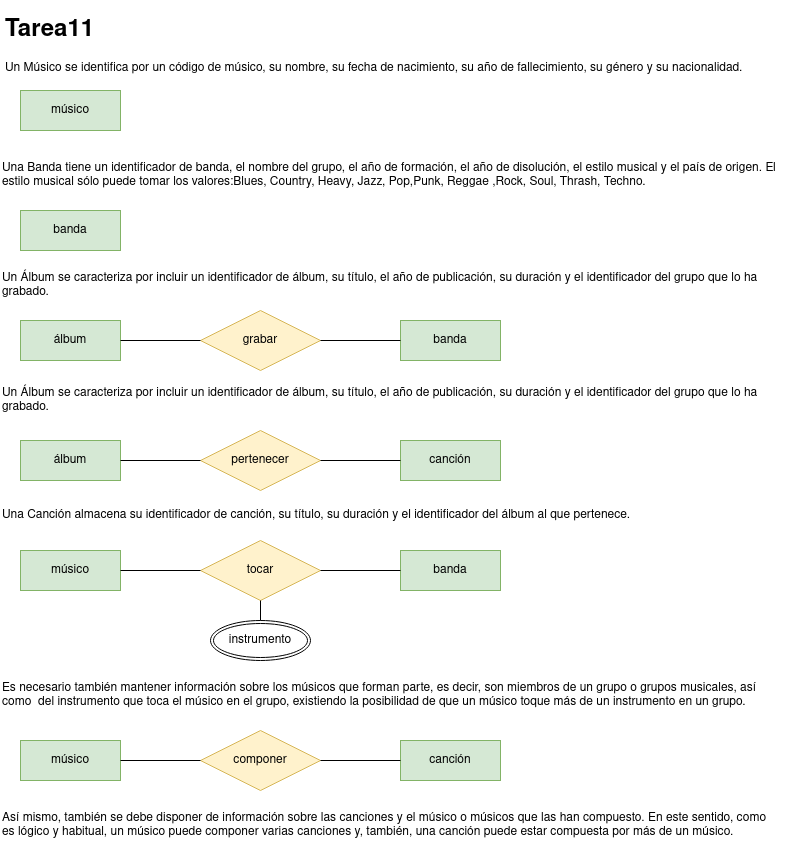
This is tareasER/tarea11.png from javigh193/bae, a draw.io export, as it was before one commit. Source tidied: cells renumbered, new cells last; positions are measured from the earlier drawing's top-left corner, leaving out a move shared by most shapes.
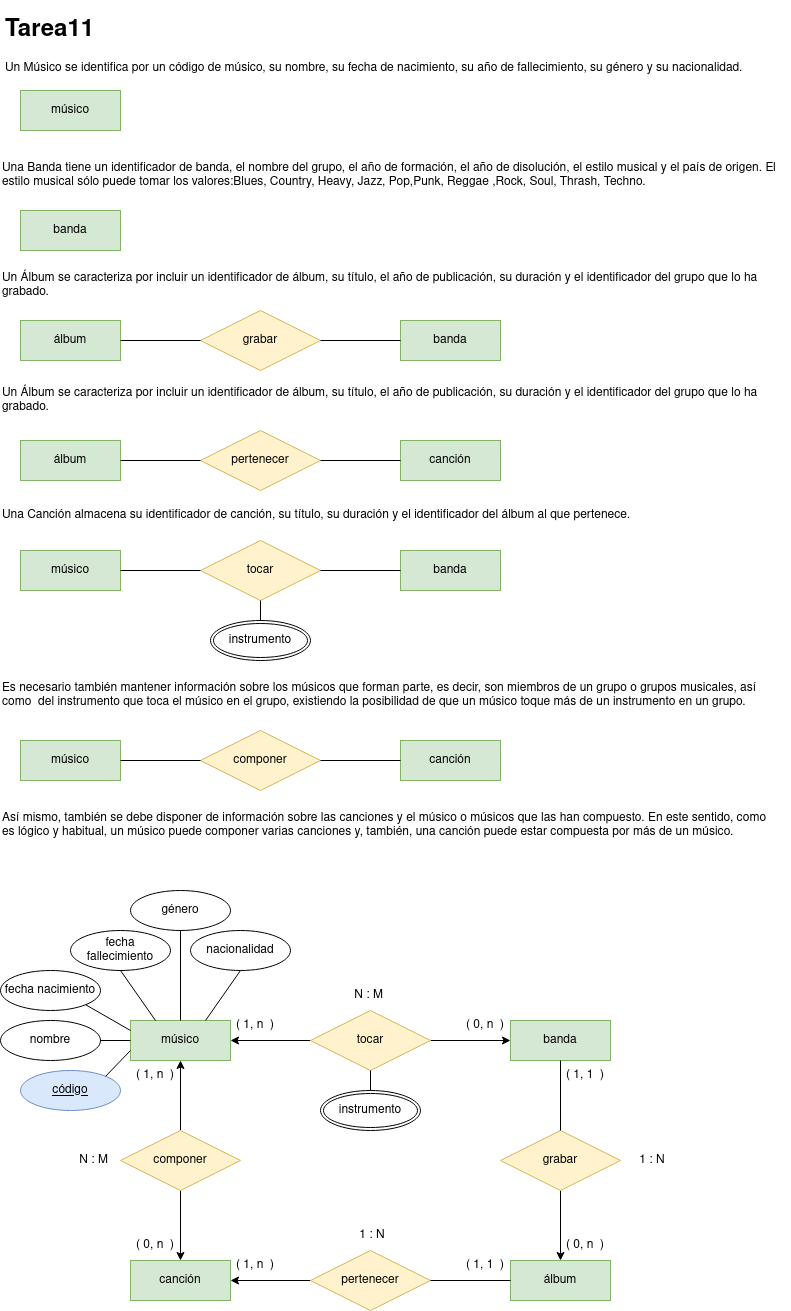
After the change.

Diff of the diagram source:
```diff
@@ -95,5 +95,131 @@
     <mxCell id="32" style="endArrow=none;html=1;rounded=0;exitX=0;exitY=0.5;exitDx=0;exitDy=0;entryX=1;entryY=0.5;entryDx=0;entryDy=0;" parent="1" edge="1" source="29" target="28">
       <mxGeometry relative="1" as="geometry" />
     </mxCell>
+    <mxCell id="33" value="músico" style="whiteSpace=wrap;html=1;align=center;fillColor=#d5e8d4;strokeColor=#82b366;" parent="1" vertex="1">
+      <mxGeometry x="130" y="1010" width="100" height="40" as="geometry" />
+    </mxCell>
+    <mxCell id="34" value="banda" style="whiteSpace=wrap;html=1;align=center;fillColor=#d5e8d4;strokeColor=#82b366;" parent="1" vertex="1">
+      <mxGeometry x="510" y="1010" width="100" height="40" as="geometry" />
+    </mxCell>
+    <mxCell id="35" style="edgeStyle=orthogonalEdgeStyle;rounded=0;jettySize=auto;html=1;entryX=0;entryY=0.5;entryDx=0;entryDy=0;" parent="1" edge="1" source="37" target="34">
+      <mxGeometry relative="1" as="geometry" />
+    </mxCell>
+    <mxCell id="36" style="edgeStyle=orthogonalEdgeStyle;rounded=0;jettySize=auto;html=1;entryX=1;entryY=0.5;entryDx=0;entryDy=0;" parent="1" edge="1" source="37" target="33">
+      <mxGeometry relative="1" as="geometry" />
+    </mxCell>
+    <mxCell id="37" value="tocar" style="shape=rhombus;perimeter=rhombusPerimeter;whiteSpace=wrap;html=1;align=center;fillColor=#fff2cc;strokeColor=#d6b656;" parent="1" vertex="1">
+      <mxGeometry x="310" y="1000" width="120" height="60" as="geometry" />
+    </mxCell>
+    <mxCell id="38" value="instrumento" style="ellipse;shape=doubleEllipse;margin=3;whiteSpace=wrap;html=1;align=center;" parent="1" vertex="1">
+      <mxGeometry x="320" y="1080" width="100" height="40" as="geometry" />
+    </mxCell>
+    <mxCell id="39" style="endArrow=none;html=1;rounded=0;exitX=0.5;exitY=1;exitDx=0;exitDy=0;entryX=0.5;entryY=0;entryDx=0;entryDy=0;" parent="1" edge="1" source="37" target="38">
+      <mxGeometry relative="1" as="geometry" />
+    </mxCell>
+    <mxCell id="40" style="edgeStyle=orthogonalEdgeStyle;rounded=0;jettySize=auto;html=1;entryX=0.5;entryY=1;entryDx=0;entryDy=0;" parent="1" edge="1" source="42" target="33">
+      <mxGeometry relative="1" as="geometry" />
+    </mxCell>
+    <mxCell id="41" style="edgeStyle=orthogonalEdgeStyle;rounded=0;jettySize=auto;html=1;entryX=0.5;entryY=0;entryDx=0;entryDy=0;" parent="1" edge="1" source="42" target="43">
+      <mxGeometry relative="1" as="geometry" />
+    </mxCell>
+    <mxCell id="42" value="componer" style="shape=rhombus;perimeter=rhombusPerimeter;whiteSpace=wrap;html=1;align=center;fillColor=#fff2cc;strokeColor=#d6b656;" parent="1" vertex="1">
+      <mxGeometry x="120" y="1120" width="120" height="60" as="geometry" />
+    </mxCell>
+    <mxCell id="43" value="canción" style="whiteSpace=wrap;html=1;align=center;fillColor=#d5e8d4;strokeColor=#82b366;" parent="1" vertex="1">
+      <mxGeometry x="130" y="1250" width="100" height="40" as="geometry" />
+    </mxCell>
+    <mxCell id="44" style="edgeStyle=orthogonalEdgeStyle;rounded=0;jettySize=auto;html=1;entryX=1;entryY=0.5;entryDx=0;entryDy=0;" parent="1" edge="1" source="45" target="43">
+      <mxGeometry relative="1" as="geometry" />
+    </mxCell>
+    <mxCell id="45" value="pertenecer" style="shape=rhombus;perimeter=rhombusPerimeter;whiteSpace=wrap;html=1;align=center;fillColor=#fff2cc;strokeColor=#d6b656;" parent="1" vertex="1">
+      <mxGeometry x="310" y="1240" width="120" height="60" as="geometry" />
+    </mxCell>
+    <mxCell id="46" value="álbum" style="whiteSpace=wrap;html=1;align=center;fillColor=#d5e8d4;strokeColor=#82b366;" parent="1" vertex="1">
+      <mxGeometry x="510" y="1250" width="100" height="40" as="geometry" />
+    </mxCell>
+    <mxCell id="47" style="edgeStyle=orthogonalEdgeStyle;rounded=0;jettySize=auto;html=1;entryX=0.5;entryY=0;entryDx=0;entryDy=0;" parent="1" edge="1" source="48" target="46">
+      <mxGeometry relative="1" as="geometry" />
+    </mxCell>
+    <mxCell id="48" value="grabar" style="shape=rhombus;perimeter=rhombusPerimeter;whiteSpace=wrap;html=1;align=center;fillColor=#fff2cc;strokeColor=#d6b656;" parent="1" vertex="1">
+      <mxGeometry x="500" y="1120" width="120" height="60" as="geometry" />
+    </mxCell>
+    <mxCell id="49" style="endArrow=none;html=1;rounded=0;exitX=0.5;exitY=1;exitDx=0;exitDy=0;entryX=0.5;entryY=0;entryDx=0;entryDy=0;" parent="1" edge="1" source="34" target="48">
+      <mxGeometry relative="1" as="geometry" />
+    </mxCell>
+    <mxCell id="50" style="endArrow=none;html=1;rounded=0;exitX=1;exitY=0.5;exitDx=0;exitDy=0;entryX=0;entryY=0.5;entryDx=0;entryDy=0;" parent="1" edge="1" source="45" target="46">
+      <mxGeometry relative="1" as="geometry" />
+    </mxCell>
+    <mxCell id="51" value="( 1, n  )" style="text;strokeColor=none;fillColor=none;spacingLeft=4;spacingRight=4;overflow=hidden;fontSize=12;" parent="1" vertex="1">
+      <mxGeometry x="130" y="1050" width="50" height="30" as="geometry" />
+    </mxCell>
+    <mxCell id="52" value="( 1, n  )" style="text;strokeColor=none;fillColor=none;spacingLeft=4;spacingRight=4;overflow=hidden;fontSize=12;" parent="1" vertex="1">
+      <mxGeometry x="230" y="1240" width="50" height="30" as="geometry" />
+    </mxCell>
+    <mxCell id="53" value="( 0, n  )" style="text;strokeColor=none;fillColor=none;spacingLeft=4;spacingRight=4;overflow=hidden;fontSize=12;" parent="1" vertex="1">
+      <mxGeometry x="130" y="1220" width="50" height="30" as="geometry" />
+    </mxCell>
+    <mxCell id="54" value="( 0, n  )" style="text;strokeColor=none;fillColor=none;spacingLeft=4;spacingRight=4;overflow=hidden;fontSize=12;" parent="1" vertex="1">
+      <mxGeometry x="460" y="1000" width="50" height="30" as="geometry" />
+    </mxCell>
+    <mxCell id="55" value="( 1, n  )" style="text;strokeColor=none;fillColor=none;spacingLeft=4;spacingRight=4;overflow=hidden;fontSize=12;" parent="1" vertex="1">
+      <mxGeometry x="230" y="1000" width="50" height="30" as="geometry" />
+    </mxCell>
+    <mxCell id="56" value="( 0, n  )" style="text;strokeColor=none;fillColor=none;spacingLeft=4;spacingRight=4;overflow=hidden;fontSize=12;" parent="1" vertex="1">
+      <mxGeometry x="560" y="1220" width="50" height="30" as="geometry" />
+    </mxCell>
+    <mxCell id="57" value="( 1, 1  )" style="text;strokeColor=none;fillColor=none;spacingLeft=4;spacingRight=4;overflow=hidden;fontSize=12;" parent="1" vertex="1">
+      <mxGeometry x="460" y="1240" width="50" height="30" as="geometry" />
+    </mxCell>
+    <mxCell id="58" value="( 1, 1  )" style="text;strokeColor=none;fillColor=none;spacingLeft=4;spacingRight=4;overflow=hidden;fontSize=12;" parent="1" vertex="1">
+      <mxGeometry x="560" y="1050" width="50" height="30" as="geometry" />
+    </mxCell>
+    <mxCell id="59" value=" 1 : N" style="text;strokeColor=none;fillColor=none;spacingLeft=4;spacingRight=4;overflow=hidden;fontSize=12;" parent="1" vertex="1">
+      <mxGeometry x="350" y="1210" width="50" height="30" as="geometry" />
+    </mxCell>
+    <mxCell id="60" value=" N : M" style="text;strokeColor=none;fillColor=none;spacingLeft=4;spacingRight=4;overflow=hidden;fontSize=12;" parent="1" vertex="1">
+      <mxGeometry x="345" y="970" width="50" height="30" as="geometry" />
+    </mxCell>
+    <mxCell id="61" value=" N : M" style="text;strokeColor=none;fillColor=none;spacingLeft=4;spacingRight=4;overflow=hidden;fontSize=12;" parent="1" vertex="1">
+      <mxGeometry x="70" y="1135" width="50" height="30" as="geometry" />
+    </mxCell>
+    <mxCell id="62" value=" 1 : N" style="text;strokeColor=none;fillColor=none;spacingLeft=4;spacingRight=4;overflow=hidden;fontSize=12;" parent="1" vertex="1">
+      <mxGeometry x="630" y="1135" width="50" height="30" as="geometry" />
+    </mxCell>
+    <mxCell id="63" value="código" style="ellipse;whiteSpace=wrap;html=1;align=center;fontStyle=4;fillColor=#dae8fc;strokeColor=#6c8ebf;" parent="1" vertex="1">
+      <mxGeometry x="20" y="1060" width="100" height="40" as="geometry" />
+    </mxCell>
+    <mxCell id="64" value="nombre" style="ellipse;whiteSpace=wrap;html=1;align=center;" parent="1" vertex="1">
+      <mxGeometry y="1010" width="100" height="40" as="geometry" />
+    </mxCell>
+    <mxCell id="65" value="fecha nacimiento" style="ellipse;whiteSpace=wrap;html=1;align=center;" parent="1" vertex="1">
+      <mxGeometry y="960" width="100" height="40" as="geometry" />
+    </mxCell>
+    <mxCell id="66" value="fecha fallecimiento" style="ellipse;whiteSpace=wrap;html=1;align=center;" parent="1" vertex="1">
+      <mxGeometry x="70" y="920" width="100" height="40" as="geometry" />
+    </mxCell>
+    <mxCell id="67" value="género" style="ellipse;whiteSpace=wrap;html=1;align=center;" parent="1" vertex="1">
+      <mxGeometry x="130" y="880" width="100" height="40" as="geometry" />
+    </mxCell>
+    <mxCell id="68" value="nacionalidad" style="ellipse;whiteSpace=wrap;html=1;align=center;" parent="1" vertex="1">
+      <mxGeometry x="190" y="920" width="100" height="40" as="geometry" />
+    </mxCell>
+    <mxCell id="69" style="endArrow=none;html=1;rounded=0;exitX=0.5;exitY=1;exitDx=0;exitDy=0;entryX=0.75;entryY=0;entryDx=0;entryDy=0;" parent="1" edge="1" source="68" target="33">
+      <mxGeometry relative="1" as="geometry" />
+    </mxCell>
+    <mxCell id="70" style="endArrow=none;html=1;rounded=0;exitX=0.5;exitY=1;exitDx=0;exitDy=0;entryX=0.5;entryY=0;entryDx=0;entryDy=0;" parent="1" edge="1" source="67" target="33">
+      <mxGeometry relative="1" as="geometry" />
+    </mxCell>
+    <mxCell id="71" style="endArrow=none;html=1;rounded=0;exitX=0.5;exitY=1;exitDx=0;exitDy=0;entryX=0.25;entryY=0;entryDx=0;entryDy=0;" parent="1" edge="1" source="66" target="33">
+      <mxGeometry relative="1" as="geometry" />
+    </mxCell>
+    <mxCell id="72" style="endArrow=none;html=1;rounded=0;exitX=1;exitY=1;exitDx=0;exitDy=0;entryX=0;entryY=0.25;entryDx=0;entryDy=0;" parent="1" edge="1" source="65" target="33">
+      <mxGeometry relative="1" as="geometry" />
+    </mxCell>
+    <mxCell id="73" style="endArrow=none;html=1;rounded=0;exitX=1;exitY=0.5;exitDx=0;exitDy=0;entryX=0;entryY=0.5;entryDx=0;entryDy=0;" parent="1" edge="1" source="64" target="33">
+      <mxGeometry relative="1" as="geometry" />
+    </mxCell>
+    <mxCell id="74" style="endArrow=none;html=1;rounded=0;exitX=1;exitY=0;exitDx=0;exitDy=0;entryX=0;entryY=0.75;entryDx=0;entryDy=0;" parent="1" edge="1" source="63" target="33">
+      <mxGeometry relative="1" as="geometry" />
+    </mxCell>
   </root>
 </mxGraphModel>
```
